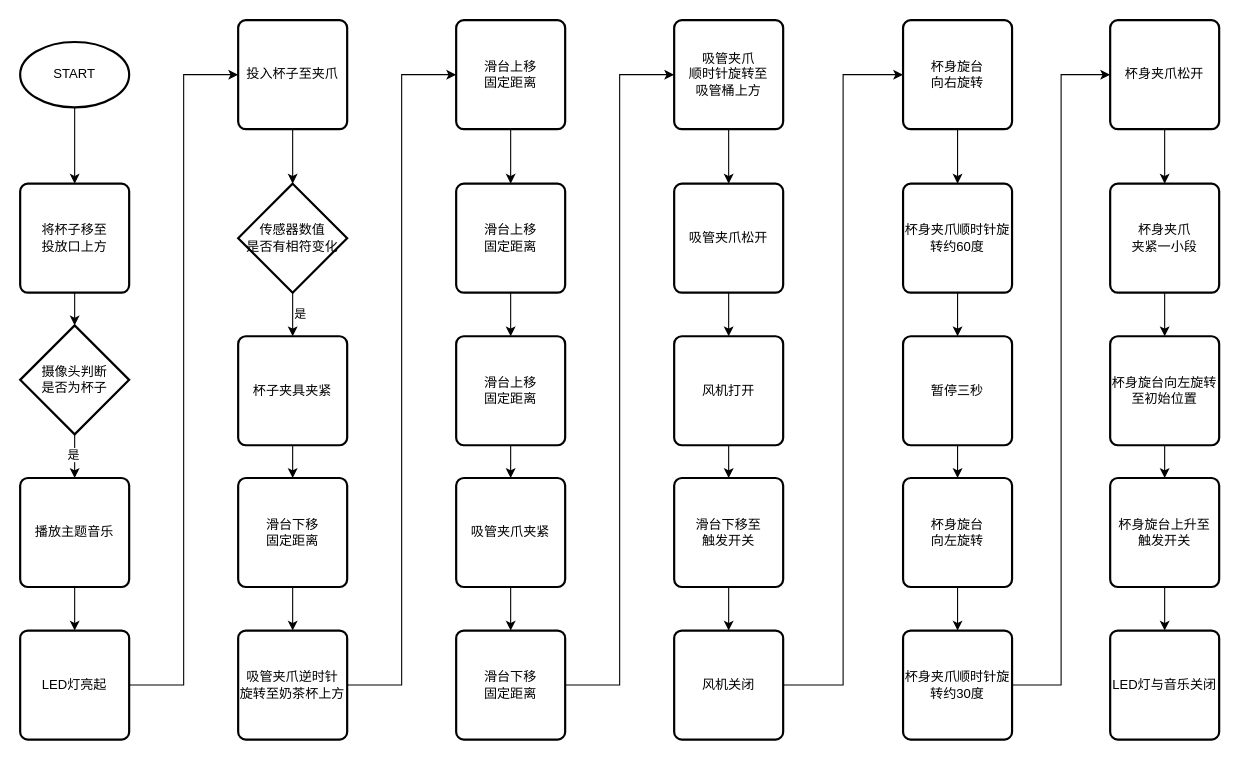
This is milkteacup_segregator.drawio from x1528045870/x1528045870, a draw.io file, before an edit. Source tidied: cells renumbered, new cells numbered last; positions are measured from the earlier drawing's top-left corner, leaving out a move shared by most shapes. Both pictures are drawn from the tidied source at 109%, with x=0, y=0 at pixel (20, 20).
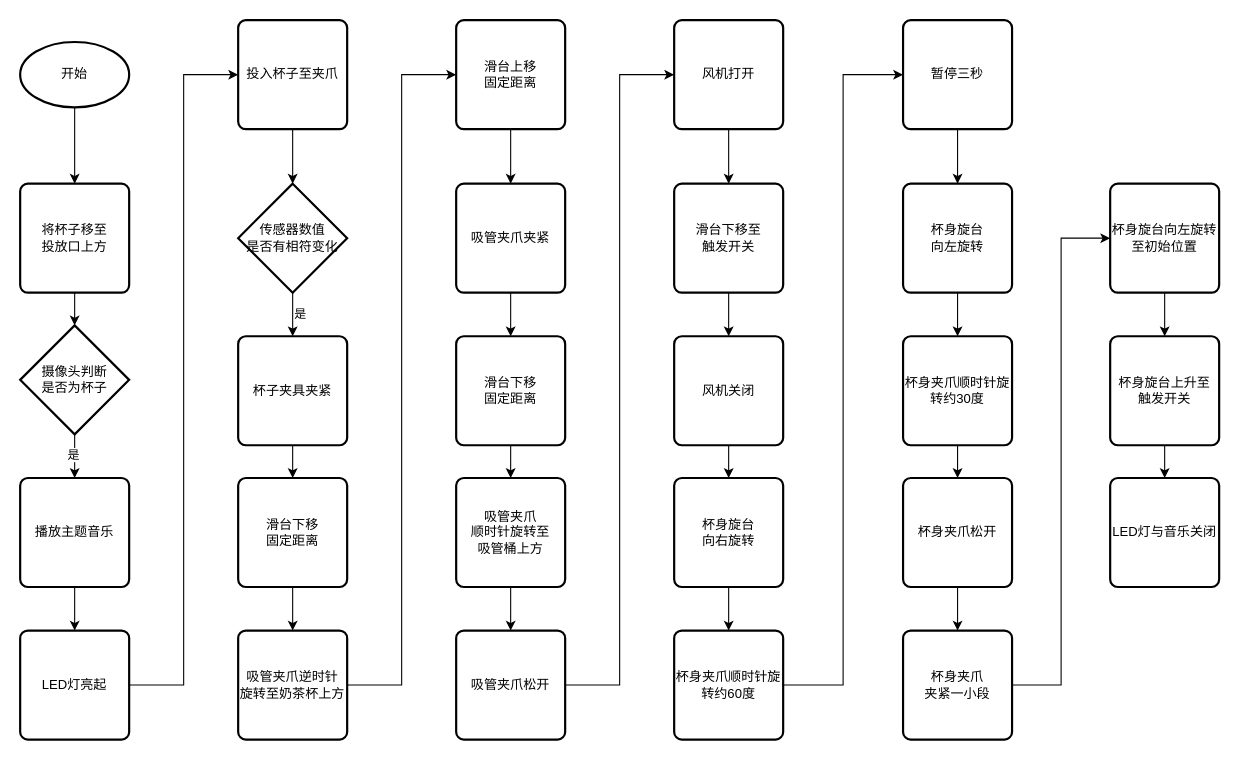
The same page after the edit.

The change refers to these unchanged cells:
```xml
<mxCell id="25" value="滑台上移&lt;br&gt;固定距离" style="rounded=1;whiteSpace=wrap;html=1;absoluteArcSize=1;arcSize=14;strokeWidth=2;" parent="1" vertex="1">
  <mxGeometry x="400" width="100" height="100" as="geometry" />
</mxCell>
```

What changed in the source:
```diff
@@
-    <mxCell id="3" value="START" style="strokeWidth=2;html=1;shape=mxgraph.flowchart.start_1;whiteSpace=wrap;" parent="1" vertex="1">
+    <mxCell id="3" value="开始" style="strokeWidth=2;html=1;shape=mxgraph.flowchart.start_1;whiteSpace=wrap;" parent="1" vertex="1">
       <mxGeometry y="20" width="100" height="60" as="geometry" />
     </mxCell>
@@
-    <mxCell id="24" style="edgeStyle=orthogonalEdgeStyle;rounded=0;jettySize=auto;html=1;" parent="1" edge="1" source="25" target="27">
-      <mxGeometry relative="1" as="geometry" />
-    </mxCell>
+    <mxCell id="63" style="edgeStyle=orthogonalEdgeStyle;rounded=0;jettySize=auto;html=1;" parent="1" edge="1" source="25" target="31">
+      <mxGeometry relative="1" as="geometry" />
+    </mxCell>
@@
-    <mxCell id="26" style="edgeStyle=orthogonalEdgeStyle;rounded=0;jettySize=auto;html=1;" parent="1" edge="1" source="27" target="29">
-      <mxGeometry relative="1" as="geometry" />
-    </mxCell>
-    <mxCell id="27" value="滑台上移&lt;br&gt;固定距离" style="rounded=1;whiteSpace=wrap;html=1;absoluteArcSize=1;arcSize=14;strokeWidth=2;" parent="1" vertex="1">
-      <mxGeometry x="400" y="150" width="100" height="100" as="geometry" />
-    </mxCell>
-    <mxCell id="28" style="edgeStyle=orthogonalEdgeStyle;rounded=0;jettySize=auto;html=1;" parent="1" edge="1" source="29" target="31">
-      <mxGeometry relative="1" as="geometry" />
-    </mxCell>
-    <mxCell id="29" value="滑台上移&lt;br&gt;固定距离" style="rounded=1;whiteSpace=wrap;html=1;absoluteArcSize=1;arcSize=14;strokeWidth=2;" parent="1" vertex="1">
-      <mxGeometry x="400" y="290" width="100" height="100" as="geometry" />
-    </mxCell>
@@
     <mxCell id="31" value="吸管夹爪夹紧" style="rounded=1;whiteSpace=wrap;html=1;absoluteArcSize=1;arcSize=14;strokeWidth=2;" parent="1" vertex="1">
-      <mxGeometry x="400" y="420" width="100" height="100" as="geometry" />
+      <mxGeometry x="400" y="150" width="100" height="100" as="geometry" />
     </mxCell>
-    <mxCell id="32" style="edgeStyle=orthogonalEdgeStyle;rounded=0;jettySize=auto;html=1;entryX=0;entryY=0.5;entryDx=0;entryDy=0;" parent="1" edge="1" source="33" target="35">
+    <mxCell id="32" style="edgeStyle=orthogonalEdgeStyle;rounded=0;jettySize=auto;html=1;" parent="1" edge="1" source="33" target="35">
       <mxGeometry relative="1" as="geometry" />
     </mxCell>
     <mxCell id="33" value="滑台下移&lt;br&gt;固定距离" style="rounded=1;whiteSpace=wrap;html=1;absoluteArcSize=1;arcSize=14;strokeWidth=2;" parent="1" vertex="1">
-      <mxGeometry x="400" y="560" width="100" height="100" as="geometry" />
+      <mxGeometry x="400" y="290" width="100" height="100" as="geometry" />
     </mxCell>
@@
     <mxCell id="35" value="吸管夹爪&lt;br&gt;顺时针旋转至&lt;br&gt;吸管桶上方" style="rounded=1;whiteSpace=wrap;html=1;absoluteArcSize=1;arcSize=14;strokeWidth=2;" parent="1" vertex="1">
-      <mxGeometry x="600" width="100" height="100" as="geometry" />
+      <mxGeometry x="400" y="420" width="100" height="100" as="geometry" />
     </mxCell>
-    <mxCell id="36" style="edgeStyle=orthogonalEdgeStyle;rounded=0;jettySize=auto;html=1;" parent="1" edge="1" source="37" target="39">
+    <mxCell id="36" style="edgeStyle=orthogonalEdgeStyle;rounded=0;jettySize=auto;html=1;entryX=0;entryY=0.5;entryDx=0;entryDy=0;" parent="1" edge="1" source="37" target="39">
       <mxGeometry relative="1" as="geometry" />
     </mxCell>
     <mxCell id="37" value="吸管夹爪松开" style="rounded=1;whiteSpace=wrap;html=1;absoluteArcSize=1;arcSize=14;strokeWidth=2;" parent="1" vertex="1">
-      <mxGeometry x="600" y="150" width="100" height="100" as="geometry" />
+      <mxGeometry x="400" y="560" width="100" height="100" as="geometry" />
     </mxCell>
@@
     <mxCell id="39" value="风机打开" style="rounded=1;whiteSpace=wrap;html=1;absoluteArcSize=1;arcSize=14;strokeWidth=2;" parent="1" vertex="1">
-      <mxGeometry x="600" y="290" width="100" height="100" as="geometry" />
+      <mxGeometry x="600" width="100" height="100" as="geometry" />
     </mxCell>
@@
     <mxCell id="41" value="滑台下移至&lt;br&gt;触发开关" style="rounded=1;whiteSpace=wrap;html=1;absoluteArcSize=1;arcSize=14;strokeWidth=2;" parent="1" vertex="1">
-      <mxGeometry x="600" y="420" width="100" height="100" as="geometry" />
+      <mxGeometry x="600" y="150" width="100" height="100" as="geometry" />
     </mxCell>
-    <mxCell id="42" style="edgeStyle=orthogonalEdgeStyle;rounded=0;jettySize=auto;html=1;entryX=0;entryY=0.5;entryDx=0;entryDy=0;" parent="1" edge="1" source="43" target="45">
+    <mxCell id="42" style="edgeStyle=orthogonalEdgeStyle;rounded=0;jettySize=auto;html=1;entryX=0.5;entryY=0;entryDx=0;entryDy=0;" parent="1" edge="1" source="43" target="45">
       <mxGeometry relative="1" as="geometry" />
     </mxCell>
     <mxCell id="43" value="风机关闭" style="rounded=1;whiteSpace=wrap;html=1;absoluteArcSize=1;arcSize=14;strokeWidth=2;" parent="1" vertex="1">
-      <mxGeometry x="600" y="560" width="100" height="100" as="geometry" />
+      <mxGeometry x="600" y="290" width="100" height="100" as="geometry" />
     </mxCell>
@@
     <mxCell id="45" value="杯身旋台&lt;br&gt;向右旋转" style="rounded=1;whiteSpace=wrap;html=1;absoluteArcSize=1;arcSize=14;strokeWidth=2;" parent="1" vertex="1">
-      <mxGeometry x="810" width="100" height="100" as="geometry" />
+      <mxGeometry x="600" y="420" width="100" height="100" as="geometry" />
     </mxCell>
-    <mxCell id="46" style="edgeStyle=orthogonalEdgeStyle;rounded=0;jettySize=auto;html=1;" parent="1" edge="1" source="47" target="49">
+    <mxCell id="46" style="edgeStyle=orthogonalEdgeStyle;rounded=0;jettySize=auto;html=1;entryX=0;entryY=0.5;entryDx=0;entryDy=0;" parent="1" edge="1" source="47" target="49">
       <mxGeometry relative="1" as="geometry" />
     </mxCell>
     <mxCell id="47" value="杯身夹爪顺时针旋转约60度" style="rounded=1;whiteSpace=wrap;html=1;absoluteArcSize=1;arcSize=14;strokeWidth=2;" parent="1" vertex="1">
-      <mxGeometry x="810" y="150" width="100" height="100" as="geometry" />
+      <mxGeometry x="600" y="560" width="100" height="100" as="geometry" />
     </mxCell>
-    <mxCell id="48" style="edgeStyle=orthogonalEdgeStyle;rounded=0;jettySize=auto;html=1;" parent="1" edge="1" source="49" target="51">
-      <mxGeometry relative="1" as="geometry" />
-    </mxCell>
-    <mxCell id="49" value="暂停三秒" style="rounded=1;whiteSpace=wrap;html=1;absoluteArcSize=1;arcSize=14;strokeWidth=2;" parent="1" vertex="1">
-      <mxGeometry x="810" y="290" width="100" height="100" as="geometry" />
-    </mxCell>
@@
     <mxCell id="51" value="杯身旋台&lt;br&gt;向左旋转" style="rounded=1;whiteSpace=wrap;html=1;absoluteArcSize=1;arcSize=14;strokeWidth=2;" parent="1" vertex="1">
-      <mxGeometry x="810" y="420" width="100" height="100" as="geometry" />
+      <mxGeometry x="810" y="150" width="100" height="100" as="geometry" />
     </mxCell>
-    <mxCell id="52" style="edgeStyle=orthogonalEdgeStyle;rounded=0;jettySize=auto;html=1;entryX=0;entryY=0.5;entryDx=0;entryDy=0;" parent="1" edge="1" source="53" target="55">
+    <mxCell id="52" style="edgeStyle=orthogonalEdgeStyle;rounded=0;jettySize=auto;html=1;" parent="1" edge="1" source="53" target="55">
       <mxGeometry relative="1" as="geometry" />
     </mxCell>
     <mxCell id="53" value="杯身夹爪顺时针旋转约30度" style="rounded=1;whiteSpace=wrap;html=1;absoluteArcSize=1;arcSize=14;strokeWidth=2;" parent="1" vertex="1">
-      <mxGeometry x="810" y="560" width="100" height="100" as="geometry" />
+      <mxGeometry x="810" y="290" width="100" height="100" as="geometry" />
     </mxCell>
@@
     <mxCell id="55" value="杯身夹爪松开" style="rounded=1;whiteSpace=wrap;html=1;absoluteArcSize=1;arcSize=14;strokeWidth=2;" parent="1" vertex="1">
-      <mxGeometry x="1000" width="100" height="100" as="geometry" />
+      <mxGeometry x="810" y="420" width="100" height="100" as="geometry" />
     </mxCell>
-    <mxCell id="56" style="edgeStyle=orthogonalEdgeStyle;rounded=0;jettySize=auto;html=1;" parent="1" edge="1" source="57" target="59">
+    <mxCell id="56" style="edgeStyle=orthogonalEdgeStyle;rounded=0;jettySize=auto;html=1;entryX=0;entryY=0.5;entryDx=0;entryDy=0;" parent="1" edge="1" source="57" target="59">
       <mxGeometry relative="1" as="geometry" />
     </mxCell>
     <mxCell id="57" value="杯身夹爪&lt;br&gt;夹紧一小段" style="rounded=1;whiteSpace=wrap;html=1;absoluteArcSize=1;arcSize=14;strokeWidth=2;" parent="1" vertex="1">
-      <mxGeometry x="1000" y="150" width="100" height="100" as="geometry" />
+      <mxGeometry x="810" y="560" width="100" height="100" as="geometry" />
     </mxCell>
@@
     <mxCell id="59" value="杯身旋台向左旋转至初始位置" style="rounded=1;whiteSpace=wrap;html=1;absoluteArcSize=1;arcSize=14;strokeWidth=2;" parent="1" vertex="1">
-      <mxGeometry x="1000" y="290" width="100" height="100" as="geometry" />
+      <mxGeometry x="1000" y="150" width="100" height="100" as="geometry" />
     </mxCell>
@@
     <mxCell id="61" value="杯身旋台上升至&lt;br&gt;触发开关" style="rounded=1;whiteSpace=wrap;html=1;absoluteArcSize=1;arcSize=14;strokeWidth=2;" parent="1" vertex="1">
-      <mxGeometry x="1000" y="420" width="100" height="100" as="geometry" />
+      <mxGeometry x="1000" y="290" width="100" height="100" as="geometry" />
     </mxCell>
     <mxCell id="62" value="LED灯与音乐关闭" style="rounded=1;whiteSpace=wrap;html=1;absoluteArcSize=1;arcSize=14;strokeWidth=2;" parent="1" vertex="1">
-      <mxGeometry x="1000" y="560" width="100" height="100" as="geometry" />
+      <mxGeometry x="1000" y="420" width="100" height="100" as="geometry" />
     </mxCell>
+    <mxCell id="48" style="edgeStyle=orthogonalEdgeStyle;rounded=0;jettySize=auto;html=1;" parent="1" edge="1" source="49" target="51">
+      <mxGeometry relative="1" as="geometry" />
+    </mxCell>
+    <mxCell id="49" value="暂停三秒" style="rounded=1;whiteSpace=wrap;html=1;absoluteArcSize=1;arcSize=14;strokeWidth=2;" parent="1" vertex="1">
+      <mxGeometry x="810" width="100" height="100" as="geometry" />
+    </mxCell>
```
